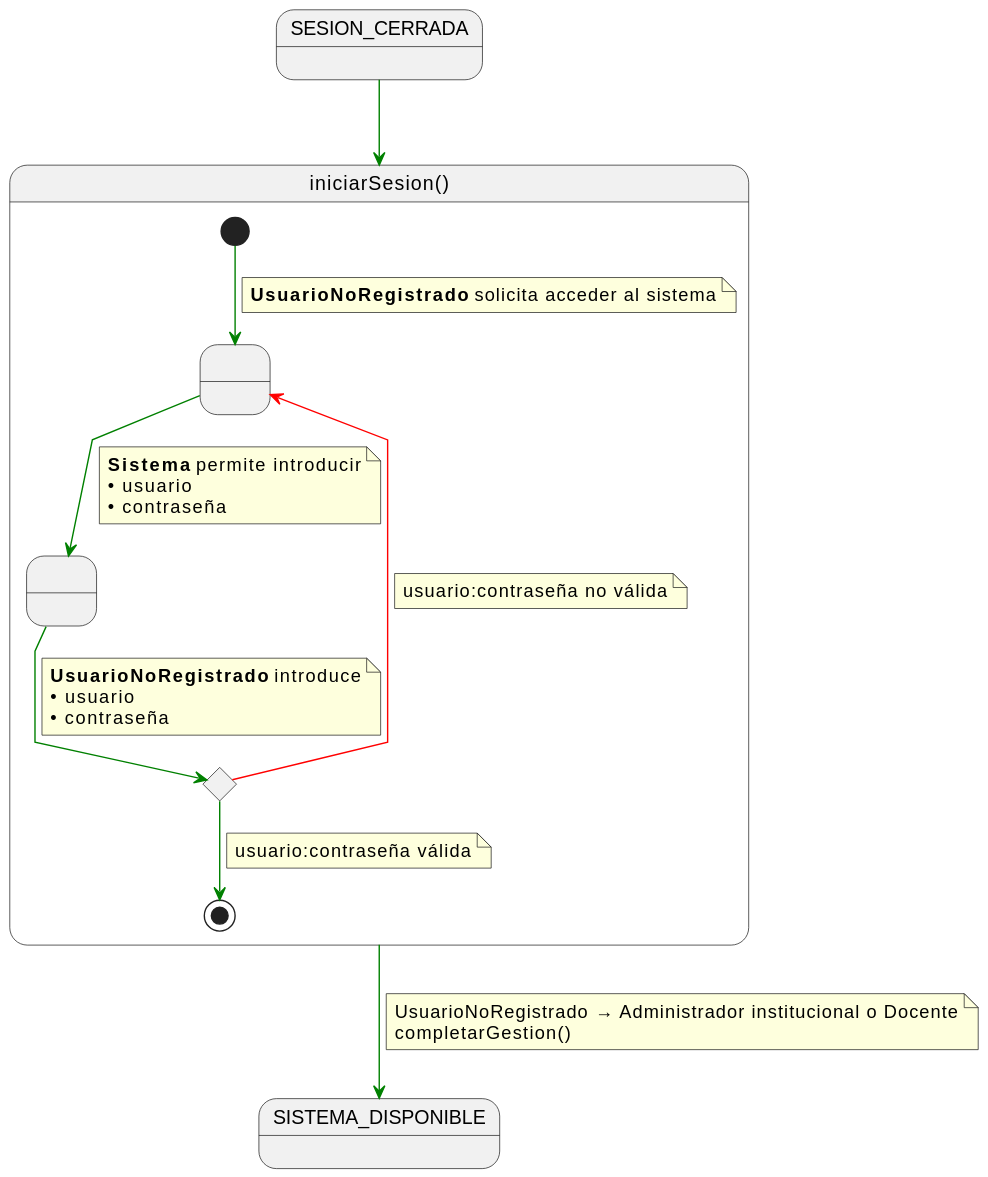
Above: documents/casos-de-uso/detalladoCasosDeUso/iniciarSesion/iniciarSesion.svg in martinlopez7/25-26-IdSw1-SdR (PlantUML), before the change.
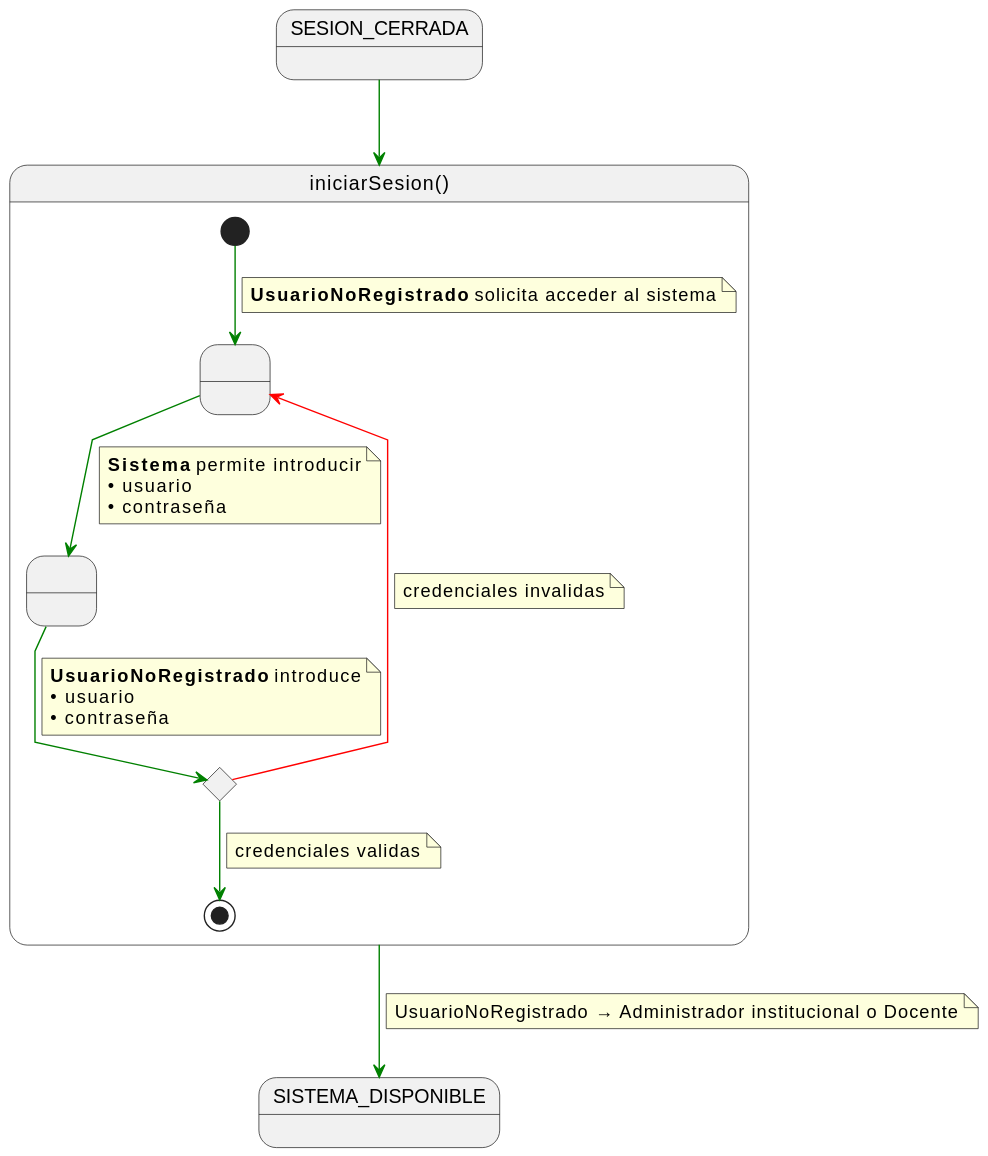
After the change.

What changed in the source:
```diff
@@ -28,12 +28,12 @@
 
     c -[#red]-> SolicitandoAcceso
     note on link
-    usuario:contraseña no válida
+    credenciales invalidas
     end note
 
     c -[#green]-> [*]
     note on link
-    usuario:contraseña válida
+    credenciales validas
     end note
 }
 
@@ -42,6 +42,5 @@
 iniciarSesion -[#green]-> SISTEMA_DISPONIBLE
 note on link
 UsuarioNoRegistrado → Administrador institucional o Docente
-completarGestion()
 end note
 @enduml
```
